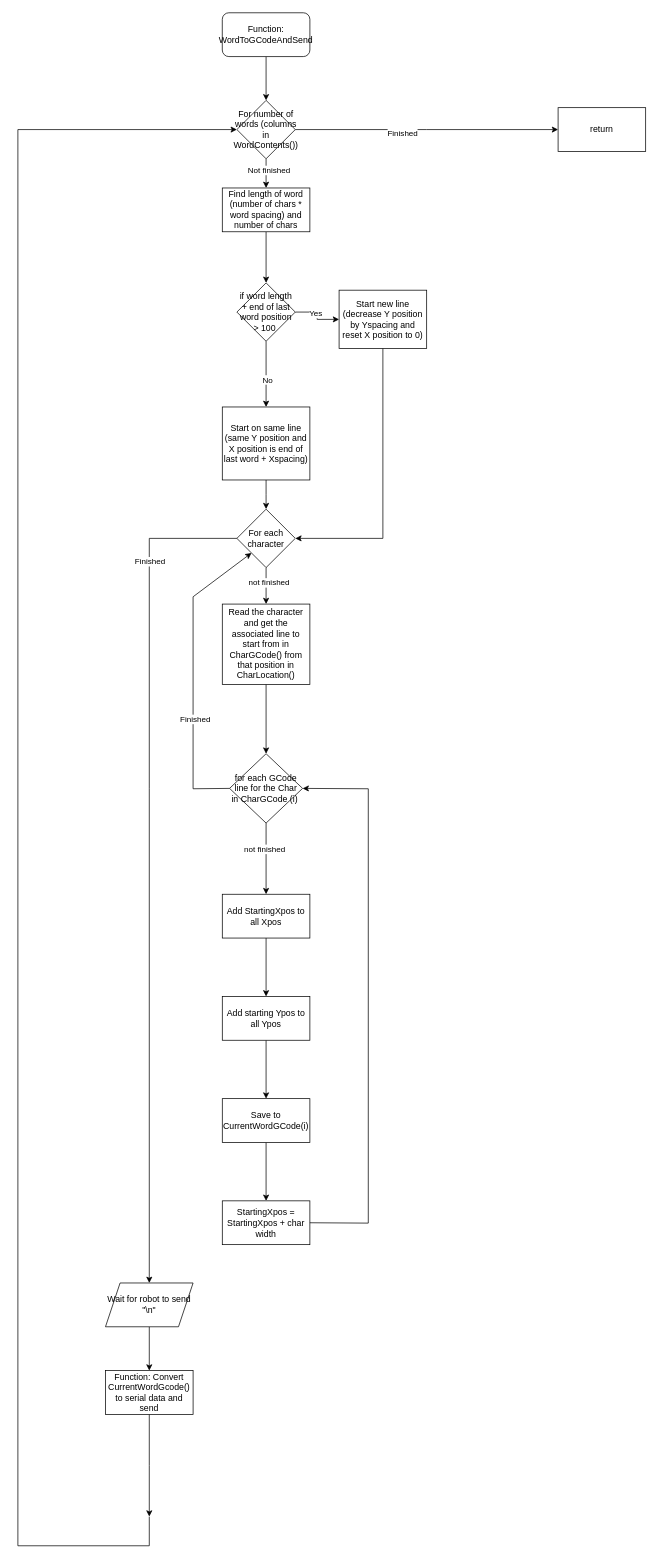
Above: CW2 Convert word to G code.drawio in EBlagdon/MMME3085-Coursework-2 (draw.io), before the change. Source tidied: cells renumbered, new cells numbered last; positions are measured from the earlier drawing's top-left corner, leaving out a move shared by most shapes. Both pictures are drawn from the tidied source at 73%, with x=0, y=0 at pixel (18, 12).
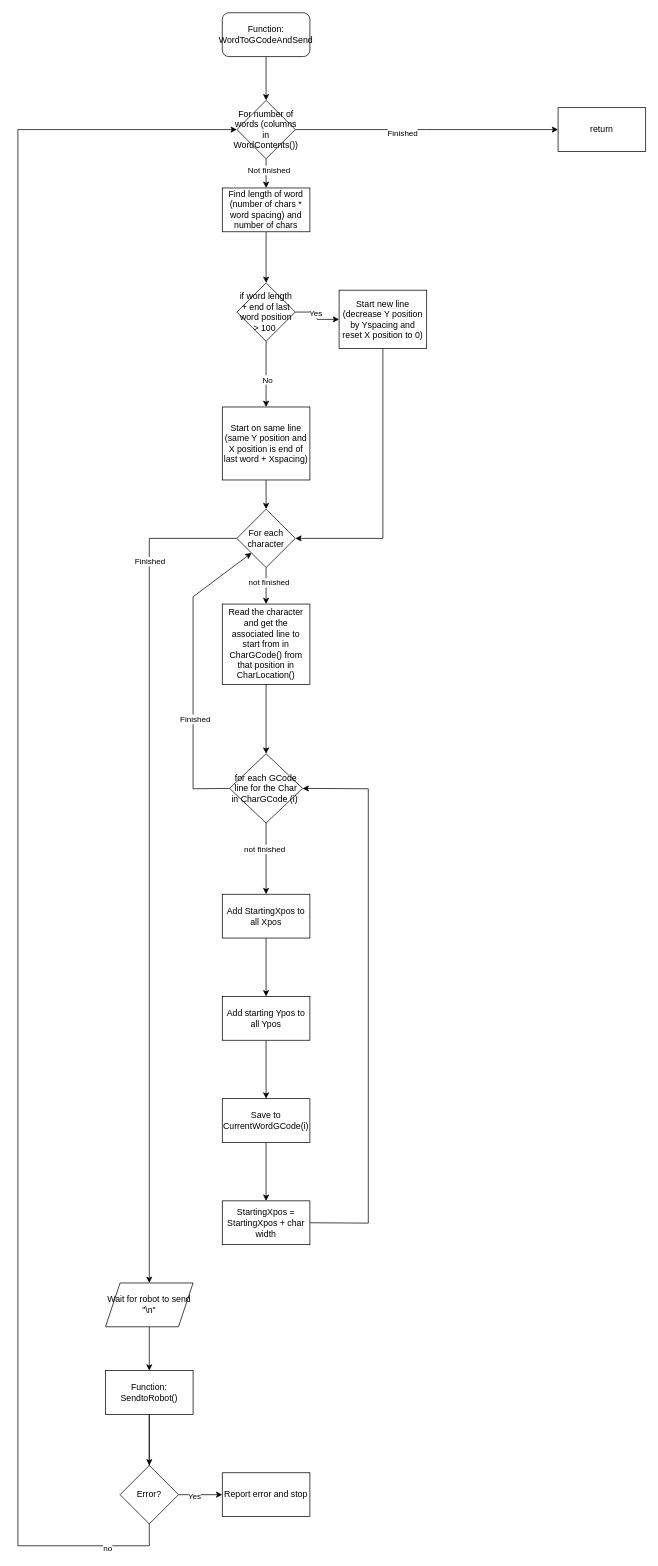
Above is the later version.

Commit message (it also covers changes not shown here):
Created SendtoGcode and updated all flowcharts with error tracking. All left is testing information

The change refers to these unchanged cells:
```xml
<mxCell id="42" style="endArrow=classic;html=1;rounded=0;exitX=0.5;exitY=1;exitDx=0;exitDy=0;entryX=0;entryY=0.5;entryDx=0;entryDy=0;" parent="1" edge="1" target="8">
  <mxGeometry relative="1" as="geometry">
    <mxPoint x="180" y="2060" as="sourcePoint" />
    <Array as="points">
      <mxPoint x="180" y="2100" />
      <mxPoint y="2100" />
      <mxPoint y="160" />
    </Array>
  </mxGeometry>
</mxCell>
```

What changed in the source:
```diff
@@
+    <mxCell id="46" style="edgeStyle=orthogonalEdgeStyle;rounded=0;jettySize=auto;html=1;" parent="1" edge="1" source="41" target="50">
+      <mxGeometry relative="1" as="geometry" />
+    </mxCell>
-    <mxCell id="41" value="Function: Convert CurrentWordGcode() to serial data and send" style="rounded=0;whiteSpace=wrap;html=1;" parent="1" vertex="1">
+    <mxCell id="41" value="Function: SendtoRobot()" style="rounded=0;whiteSpace=wrap;html=1;" parent="1" vertex="1">
       <mxGeometry x="120" y="1860" width="120" height="60" as="geometry" />
     </mxCell>
@@
+    <mxCell id="47" value="no" style="edgeLabel;html=1;align=center;verticalAlign=middle;" parent="42" vertex="1">
+      <mxGeometry x="-0.92" y="3" relative="1" as="geometry" />
+    </mxCell>
@@
+    <mxCell id="48" style="edgeStyle=orthogonalEdgeStyle;rounded=0;jettySize=auto;html=1;" parent="1" edge="1" source="50" target="51">
+      <mxGeometry relative="1" as="geometry" />
+    </mxCell>
+    <mxCell id="49" value="Yes" style="edgeLabel;html=1;align=center;verticalAlign=middle;" parent="48" vertex="1">
+      <mxGeometry x="-0.31" y="-2" relative="1" as="geometry" />
+    </mxCell>
+    <mxCell id="50" value="Error?" style="rhombus;whiteSpace=wrap;html=1;rounded=0;" parent="1" vertex="1">
+      <mxGeometry x="140" y="1990" width="80" height="80" as="geometry" />
+    </mxCell>
+    <mxCell id="51" value="Report error and stop" style="whiteSpace=wrap;html=1;rounded=0;" parent="1" vertex="1">
+      <mxGeometry x="280" y="2000" width="120" height="60" as="geometry" />
+    </mxCell>
```
